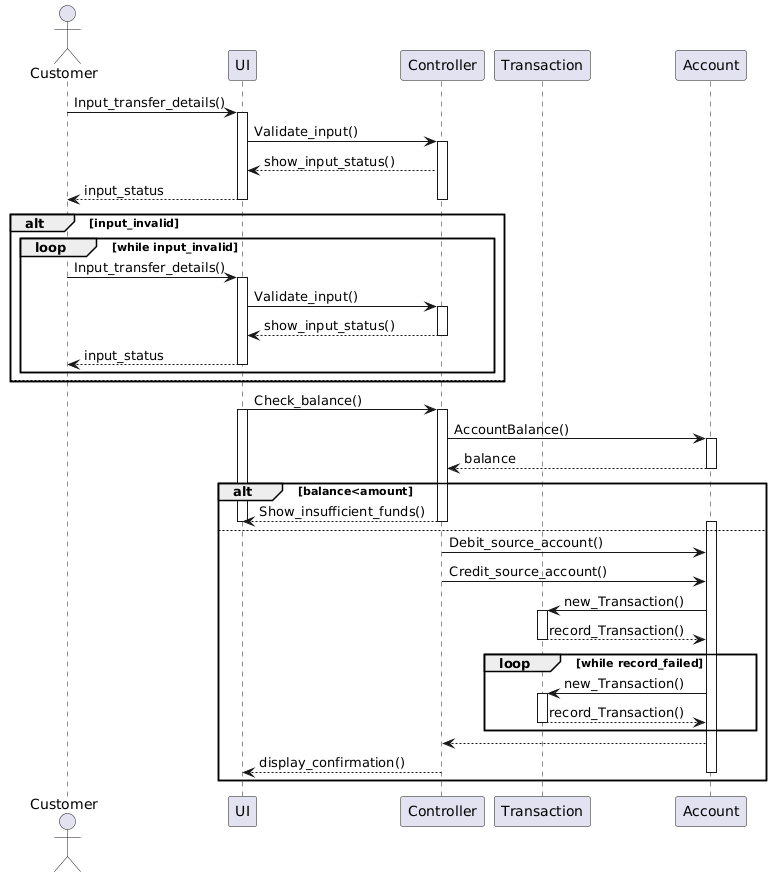
sutd50003/sutd50003.github.io keeps this PlantUML diagram as notes/images/refined_seq_diagram.png. Above is the earlier version. The source it was exported from:
```plantuml
@startuml
actor Customer
participant UI
participant Controller
participant Transaction
participant Account
Customer-> UI: Input_transfer_details()
  activate UI
  UI -> Controller: Validate_input()
  activate Controller
  UI <-- Controller:show_input_status()
  Customer <-- UI:input_status
  deactivate Controller
  deactivate UI

 alt input_invalid
  loop while input_invalid
  Customer-> UI: Input_transfer_details()
  activate UI

  UI -> Controller: Validate_input()
  activate Controller
  UI <-- Controller: show_input_status()
  deactivate Controller
  Customer <-- UI: input_status

  deactivate UI
  end loop

else
  deactivate UI
end
 UI-> Controller: Check_balance()
 activate UI
 activate Controller
 Controller-> Account: AccountBalance()
 activate Account
 Controller<--Account: balance
 deactivate Account

alt balance<amount
 UI<-- Controller: Show_insufficient_funds()
  deactivate Controller
  deactivate UI
else
 activate Account
 Controller -> Account : Debit_source_account()
 Controller -> Account : Credit_source_account()
 Account -> Transaction : new_Transaction()
 activate Transaction
 Account <-- Transaction : record_Transaction()
 deactivate Transaction
  loop while record_failed
 Account -> Transaction : new_Transaction()
 activate Transaction
 Account <-- Transaction : record_Transaction()
 deactivate Transaction
 end loop
 Controller <-- Account
 deactivate Controller
 UI <-- Controller:display_confirmation()
 deactivate UI
 deactivate Account

end
@enduml
```
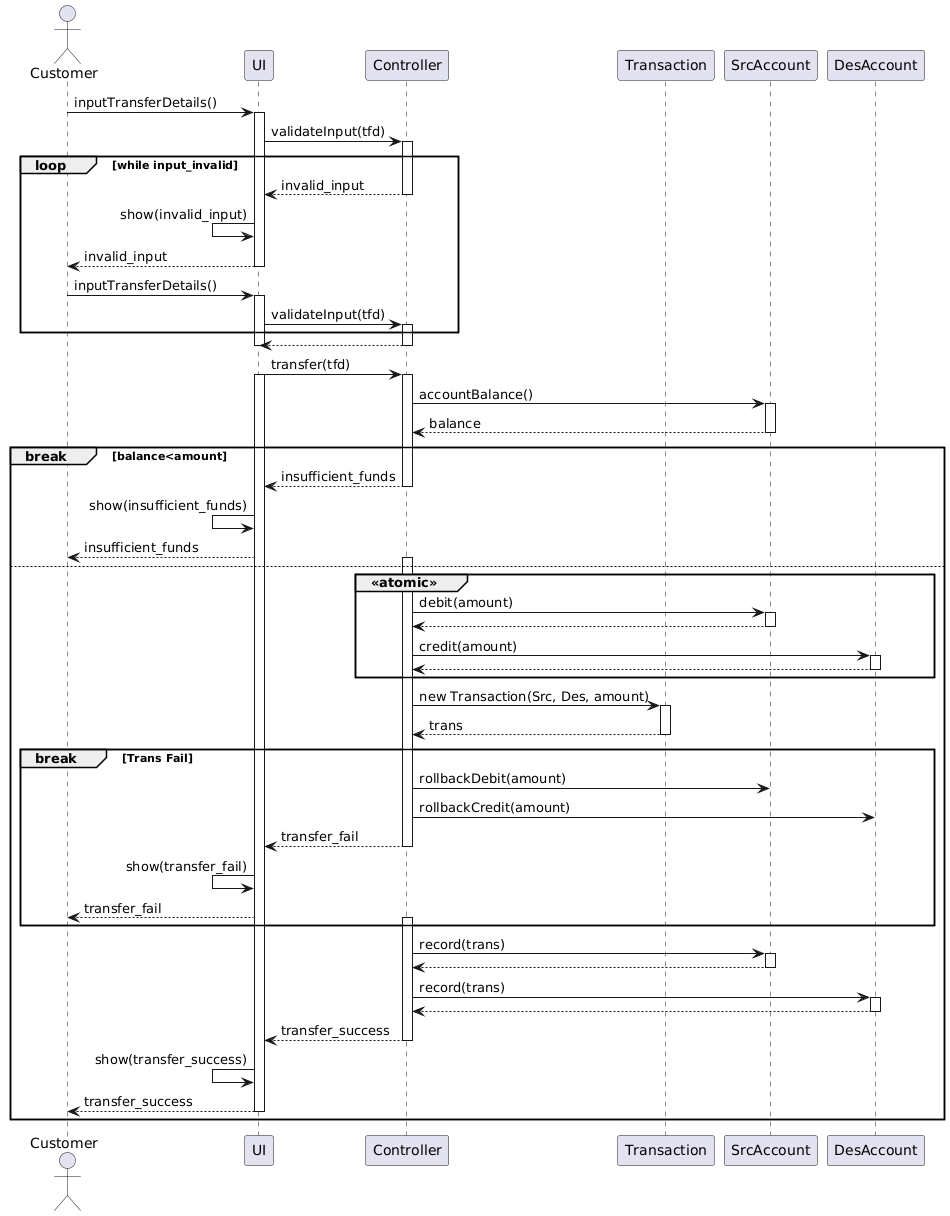
The same diagram one commit later.

The edit, as a diff of the source:
```diff
@@ -3,64 +3,96 @@
 participant UI
 participant Controller
 participant Transaction
-participant Account
-Customer-> UI: Input_transfer_details()
+participant SrcAccount
+
+Customer-> UI: inputTransferDetails()
   activate UI
-  UI -> Controller: Validate_input()
+  UI -> Controller: validateInput(tfd)
   activate Controller
-  UI <-- Controller:show_input_status()
-  Customer <-- UI:input_status
+
+
+  loop while input_invalid
+  UI <-- Controller:invalid_input
   deactivate Controller
+  UI <- UI: show(invalid_input)
+  Customer<-- UI: invalid_input
   deactivate UI
 
- alt input_invalid
-  loop while input_invalid
-  Customer-> UI: Input_transfer_details()
+  Customer-> UI: inputTransferDetails()
   activate UI
 
-  UI -> Controller: Validate_input()
+  UI -> Controller: validateInput(tfd)
   activate Controller
-  UI <-- Controller: show_input_status()
-  deactivate Controller
-  Customer <-- UI: input_status
 
-  deactivate UI
   end loop
 
-else
-  deactivate UI
-end
- UI-> Controller: Check_balance()
+ UI<-- Controller
+ deactivate Controller
+ deactivate UI
+
+ UI-> Controller: transfer(tfd)
  activate UI
  activate Controller
- Controller-> Account: AccountBalance()
- activate Account
- Controller<--Account: balance
- deactivate Account
+ Controller-> SrcAccount: accountBalance()
+ activate SrcAccount
+ Controller<--SrcAccount: balance
+ deactivate SrcAccount
 
-alt balance<amount
- UI<-- Controller: Show_insufficient_funds()
-  deactivate Controller
-  deactivate UI
+break balance<amount
+ UI<-- Controller: insufficient_funds
+ deactivate Controller
+ UI<-UI:show(insufficient_funds)
+ Customer <-- UI: insufficient_funds
+
 else
- activate Account
- Controller -> Account : Debit_source_account()
- Controller -> Account : Credit_source_account()
- Account -> Transaction : new_Transaction()
+
+activate Controller
+ group <<atomic>>
+  Controller -> SrcAccount : debit(amount)
+  activate SrcAccount
+  Controller <-- SrcAccount
+  deactivate SrcAccount
+
+  Controller -> DesAccount : credit(amount)
+  activate DesAccount
+  Controller <-- DesAccount
+  deactivate DesAccount
+ end
+
+ Controller -> Transaction : new Transaction(Src, Des, amount)
  activate Transaction
- Account <-- Transaction : record_Transaction()
+ Controller <-- Transaction : trans
  deactivate Transaction
-  loop while record_failed
- Account -> Transaction : new_Transaction()
- activate Transaction
- Account <-- Transaction : record_Transaction()
- deactivate Transaction
- end loop
- Controller <-- Account
+
+break Trans Fail
+
+ Controller -> SrcAccount: rollbackDebit(amount)
+ Controller -> DesAccount: rollbackCredit(amount)
+ UI <-- Controller:transfer_fail
  deactivate Controller
- UI <-- Controller:display_confirmation()
+ UI<-UI: show(transfer_fail)
+ Customer <-- UI: transfer_fail
+ activate Controller
+ end
+
+
+ Controller -> SrcAccount : record(trans)
+
+ activate SrcAccount
+ Controller <-- SrcAccount
+ deactivate SrcAccount
+
+ Controller -> DesAccount : record(trans)
+ activate DesAccount
+ Controller <-- DesAccount
+ deactivate DesAccount
+
+ UI <-- Controller:transfer_success
+ deactivate Controller
+ UI<-UI:show(transfer_success)
+ Customer <-- UI: transfer_success
  deactivate UI
- deactivate Account
+
 
 end
 @enduml
```
